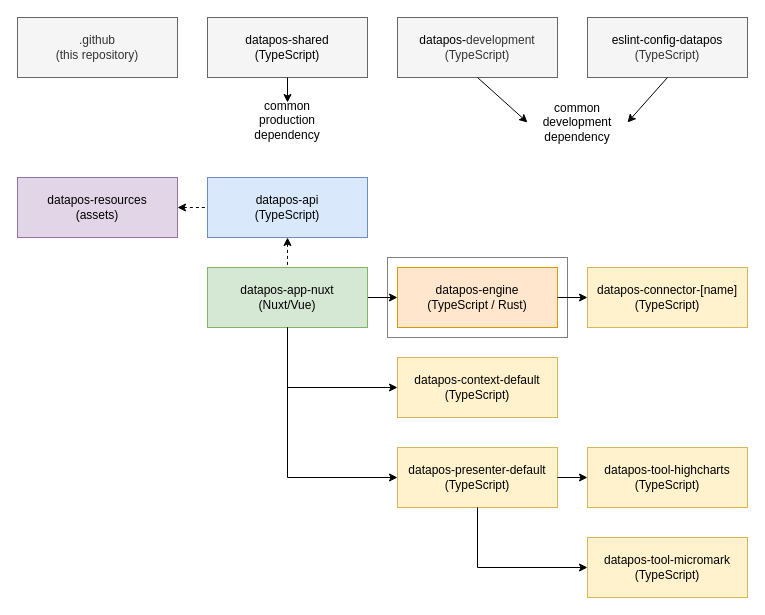
The draw.io diagram Repositories Schematic.drawio in data-positioning/.github, before the edit. Source tidied: cells renumbered, new cells numbered last; positions are measured from the earlier drawing's top-left corner, leaving out a move shared by most shapes. Both pictures are drawn from the tidied source at 100%, with x=0, y=0 at pixel (17, 17).
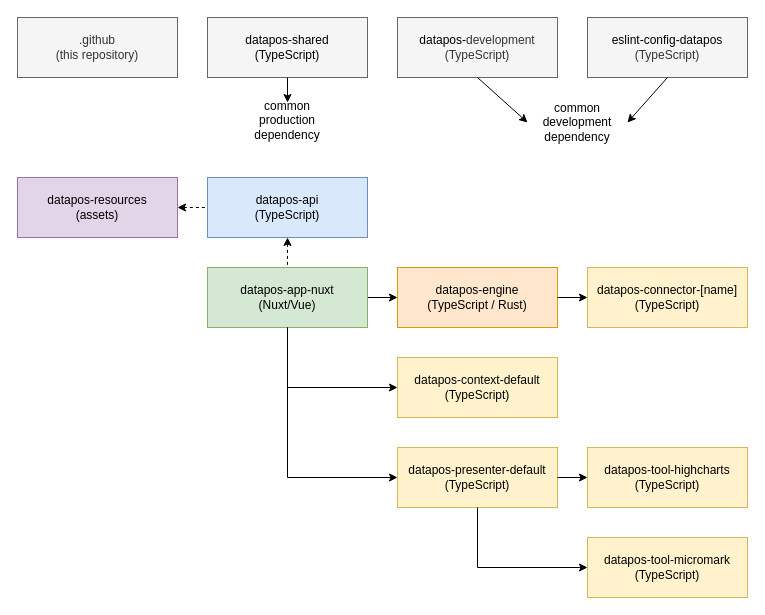
After the change.

Diff of the diagram source:
```diff
@@
-    <mxCell id="10" style="rounded=0;whiteSpace=wrap;html=1;fillColor=none;strokeColor=#000000;dashed=1;dashPattern=1 1;" parent="1" vertex="1">
-      <mxGeometry x="370" y="240" width="180" height="80" as="geometry" />
-    </mxCell>
```
